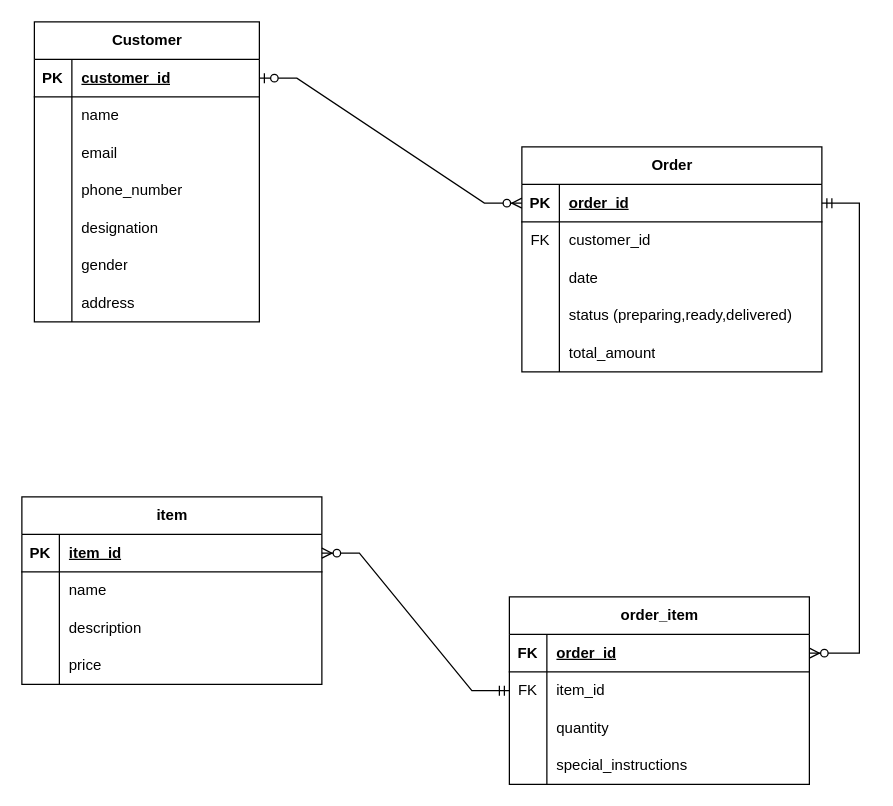
Before: Database/ERD.drawio in tenze21/Food-ordering-web-app, a draw.io diagram. Source tidied: cells renumbered, new cells numbered last; positions are measured from the earlier drawing's top-left corner, leaving out a move shared by most shapes. Both pictures are drawn from the tidied source at 125%, with x=0, y=0 at pixel (21, 21).
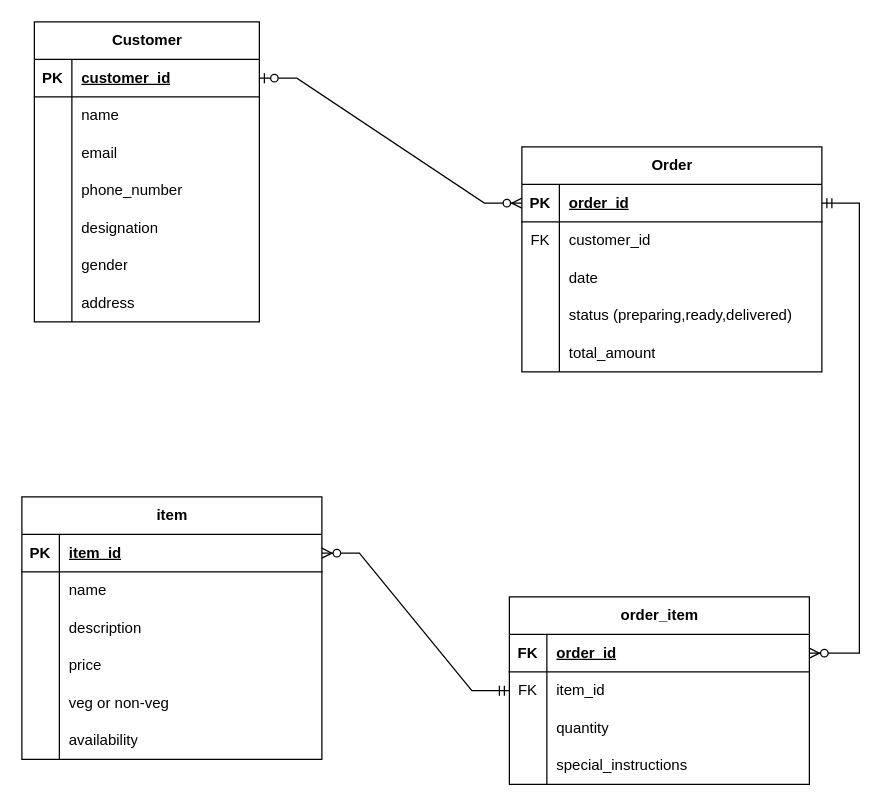
Above is the later version.

What changed in the source:
```diff
@@
     <mxCell id="40" value="item" style="shape=table;startSize=30;childLayout=tableLayout;rowLines=0;fontStyle=1;align=center;html=1;" parent="1" vertex="1">
-      <mxGeometry y="380" width="240" height="150" as="geometry" />
+      <mxGeometry y="380" width="240" height="210" as="geometry" />
     </mxCell>
@@
+    <mxCell id="69" style="shape=tableRow;horizontal=0;startSize=0;swimlaneHead=0;swimlaneBody=0;fillColor=none;top=0;left=0;right=0;bottom=0;" parent="40" vertex="1">
+      <mxGeometry y="150" width="240" height="30" as="geometry" />
+    </mxCell>
+    <mxCell id="70" style="shape=partialRectangle;fillColor=none;top=0;left=0;bottom=0;right=0;overflow=hidden;whiteSpace=wrap;html=1;" parent="69" vertex="1">
+      <mxGeometry width="30" height="30" as="geometry" />
+    </mxCell>
+    <mxCell id="71" value="veg or non-veg" style="shape=partialRectangle;fillColor=none;top=0;left=0;bottom=0;right=0;align=left;spacingLeft=6;overflow=hidden;whiteSpace=wrap;html=1;" parent="69" vertex="1">
+      <mxGeometry x="30" width="210" height="30" as="geometry" />
+    </mxCell>
+    <mxCell id="72" style="shape=tableRow;horizontal=0;startSize=0;swimlaneHead=0;swimlaneBody=0;fillColor=none;top=0;left=0;right=0;bottom=0;" parent="40" vertex="1">
+      <mxGeometry y="180" width="240" height="30" as="geometry" />
+    </mxCell>
+    <mxCell id="73" style="shape=partialRectangle;fillColor=none;top=0;left=0;bottom=0;right=0;overflow=hidden;whiteSpace=wrap;html=1;" parent="72" vertex="1">
+      <mxGeometry width="30" height="30" as="geometry" />
+    </mxCell>
+    <mxCell id="74" value="availability" style="shape=partialRectangle;fillColor=none;top=0;left=0;bottom=0;right=0;align=left;spacingLeft=6;overflow=hidden;whiteSpace=wrap;html=1;" parent="72" vertex="1">
+      <mxGeometry x="30" width="210" height="30" as="geometry" />
+    </mxCell>
```
